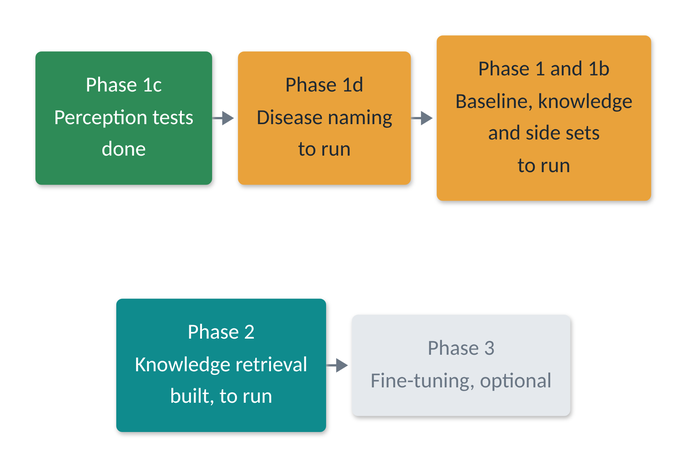
Before: deliverables/report/figures/fig_roadmap.png, a diagram exported from Mermaid (Ankritjarngal/medvqa-cxr-chexagent). Its source is kept beside it as deliverables/diagrams/fig_roadmap.mmd.
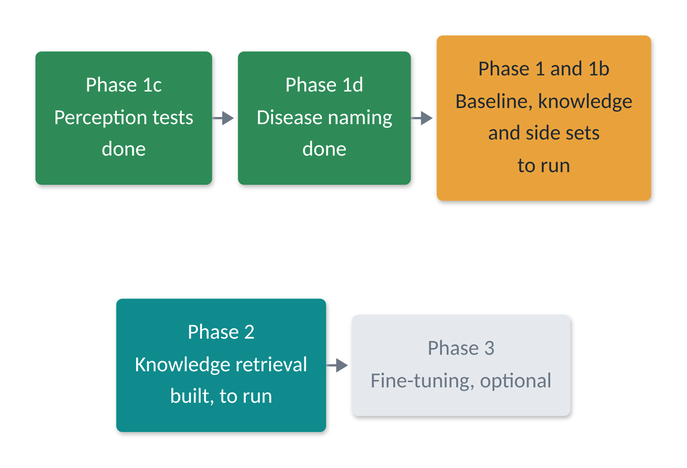
The same diagram one commit later.

The edit, as a diff of the source:
```diff
@@ -1,7 +1,7 @@
 flowchart TB
   subgraph r1[" "]
     direction LR
-    P3("Phase 1c<br/>Perception tests<br/>done"):::ok --> P4("Phase 1d<br/>Disease naming<br/>to run"):::amber --> P1("Phase 1 and 1b<br/>Baseline, knowledge<br/>and side sets<br/>to run"):::amber
+    P3("Phase 1c<br/>Perception tests<br/>done"):::ok --> P4("Phase 1d<br/>Disease naming<br/>done"):::ok --> P1("Phase 1 and 1b<br/>Baseline, knowledge<br/>and side sets<br/>to run"):::amber
   end
   subgraph r2[" "]
     direction LR
```
